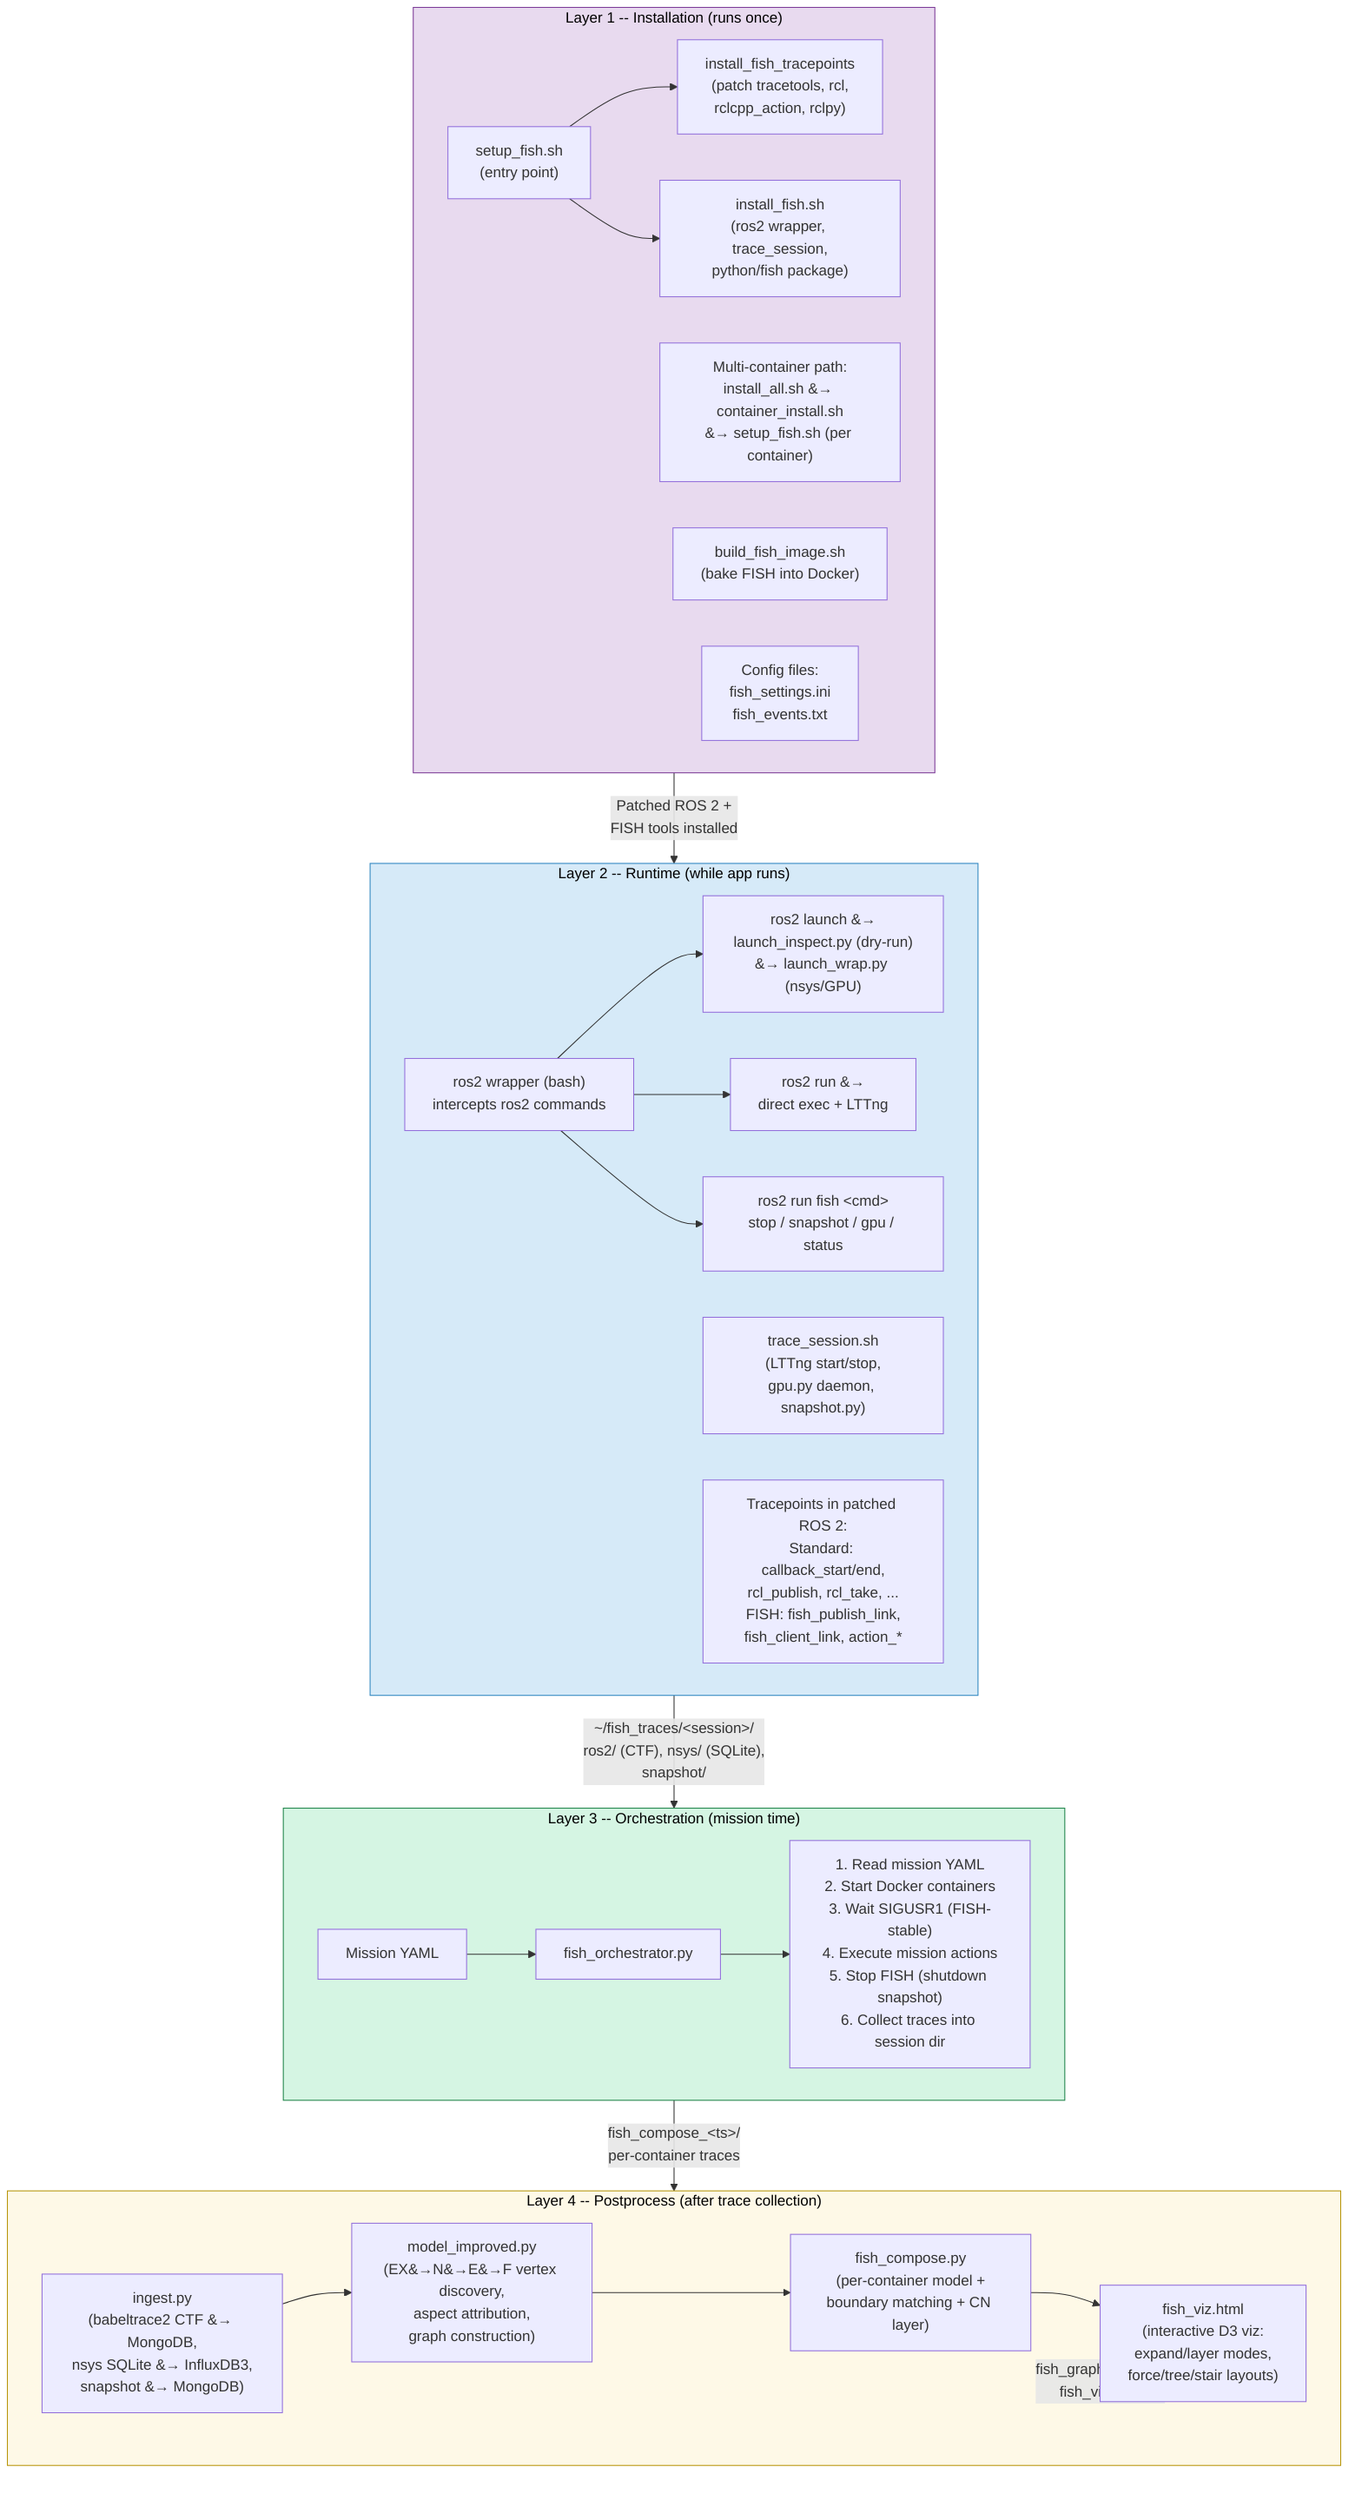
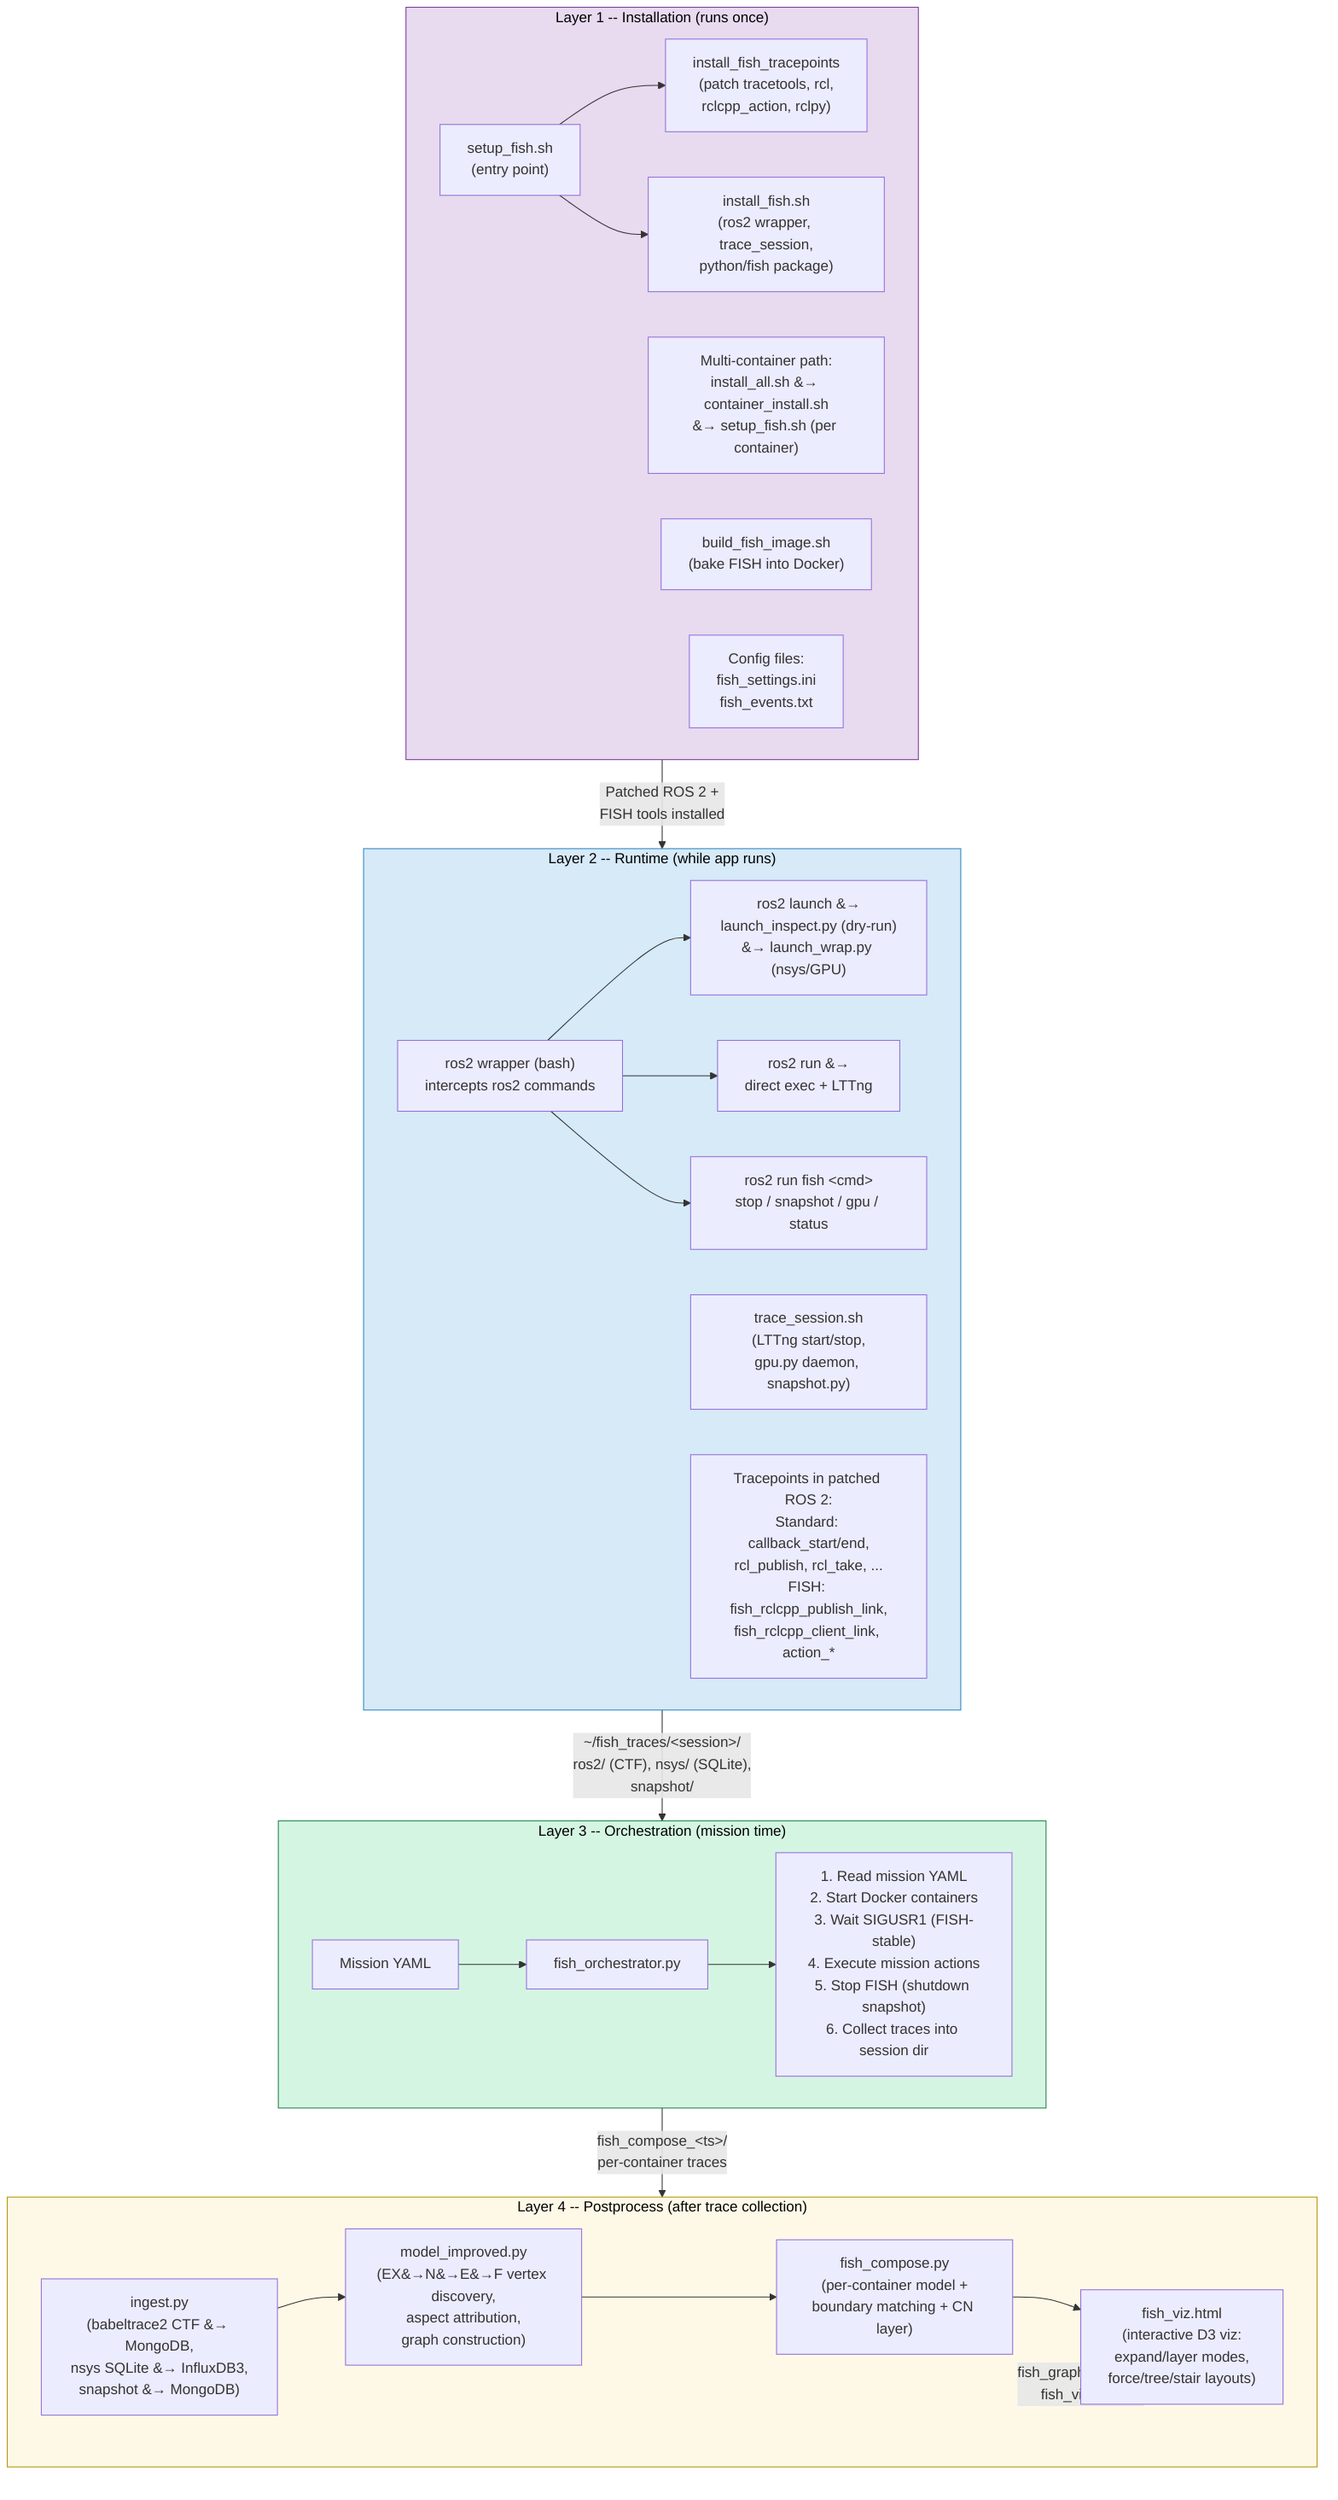
flowchart TD

    %% ===== LAYER 1: INSTALLATION =====
    subgraph L1["Layer 1 -- Installation (runs once)"]
        direction LR
        setup["setup_fish.sh<br/>(entry point)"]
        tp["install_fish_tracepoints<br/>(patch tracetools, rcl,<br/>rclcpp_action, rclpy)"]
        inst["install_fish.sh<br/>(ros2 wrapper, trace_session,<br/>python/fish package)"]
        setup --> tp
        setup --> inst

        multi["Multi-container path:<br/>install_all.sh &#8594; container_install.sh<br/>&#8594; setup_fish.sh (per container)"]
        docker_build["build_fish_image.sh<br/>(bake FISH into Docker)"]
        config["Config files:<br/>fish_settings.ini<br/>fish_events.txt"]
    end

    %% ===== LAYER 2: RUNTIME =====
    subgraph L2["Layer 2 -- Runtime (while app runs)"]
        direction LR
        wrapper["ros2 wrapper (bash)<br/>intercepts ros2 commands"]
        launch_path["ros2 launch &#8594;<br/>launch_inspect.py (dry-run)<br/>&#8594; launch_wrap.py (nsys/GPU)"]
        run_path["ros2 run &#8594;<br/>direct exec + LTTng"]
        cli["ros2 run fish &lt;cmd&gt;<br/>stop / snapshot / gpu / status"]
        wrapper --> launch_path
        wrapper --> run_path
        wrapper --> cli

        trace_sess["trace_session.sh<br/>(LTTng start/stop,<br/>gpu.py daemon, snapshot.py)"]
-         tracepoints["Tracepoints in patched ROS 2:<br/>Standard: callback_start/end,<br/>rcl_publish, rcl_take, ...<br/>FISH: fish_publish_link,<br/>fish_client_link, action_*"]
+         tracepoints["Tracepoints in patched ROS 2:<br/>Standard: callback_start/end,<br/>rcl_publish, rcl_take, ...<br/>FISH: fish_rclcpp_publish_link,<br/>fish_rclcpp_client_link, action_*"]
    end

    %% ===== LAYER 3: ORCHESTRATION =====
    subgraph L3["Layer 3 -- Orchestration (mission time)"]
        direction LR
        orch["fish_orchestrator.py"]
        mission_yaml["Mission YAML"]
        orch_steps["1. Read mission YAML<br/>2. Start Docker containers<br/>3. Wait SIGUSR1 (FISH-stable)<br/>4. Execute mission actions<br/>5. Stop FISH (shutdown snapshot)<br/>6. Collect traces into session dir"]
        mission_yaml --> orch
        orch --> orch_steps
    end

    %% ===== LAYER 4: POSTPROCESS =====
    subgraph L4["Layer 4 -- Postprocess (after trace collection)"]
        direction LR
        ingest["ingest.py<br/>(babeltrace2 CTF &#8594; MongoDB,<br/>nsys SQLite &#8594; InfluxDB3,<br/>snapshot &#8594; MongoDB)"]
        model["model_improved.py<br/>(EX&#8594;N&#8594;E&#8594;F vertex discovery,<br/>aspect attribution,<br/>graph construction)"]
        compose["fish_compose.py<br/>(per-container model +<br/>boundary matching + CN layer)"]
        viz["fish_viz.html<br/>(interactive D3 viz:<br/>expand/layer modes,<br/>force/tree/stair layouts)"]
        ingest --> model
        model --> compose
        compose --> viz
    end

    %% ===== DATA FLOW BETWEEN LAYERS =====
    L1 -- "Patched ROS 2 +<br/>FISH tools installed" --> L2
    L2 -- "~/fish_traces/&lt;session&gt;/<br/>ros2/ (CTF), nsys/ (SQLite),<br/>snapshot/" --> L3
    L3 -- "fish_compose_&lt;ts&gt;/<br/>per-container traces" --> L4
    L4 -- "fish_graph.json &#8594;<br/>fish_viz.html" --> viz

    %% ===== STYLES =====
    classDef layerInstall fill:#E8DAEF,stroke:#7D3C98,color:#000
    classDef layerRuntime fill:#D6EAF8,stroke:#2E86C1,color:#000
    classDef layerOrch fill:#D5F5E3,stroke:#1E8449,color:#000
    classDef layerPost fill:#FEF9E7,stroke:#B7950B,color:#000

    class L1 layerInstall
    class L2 layerRuntime
    class L3 layerOrch
    class L4 layerPost
